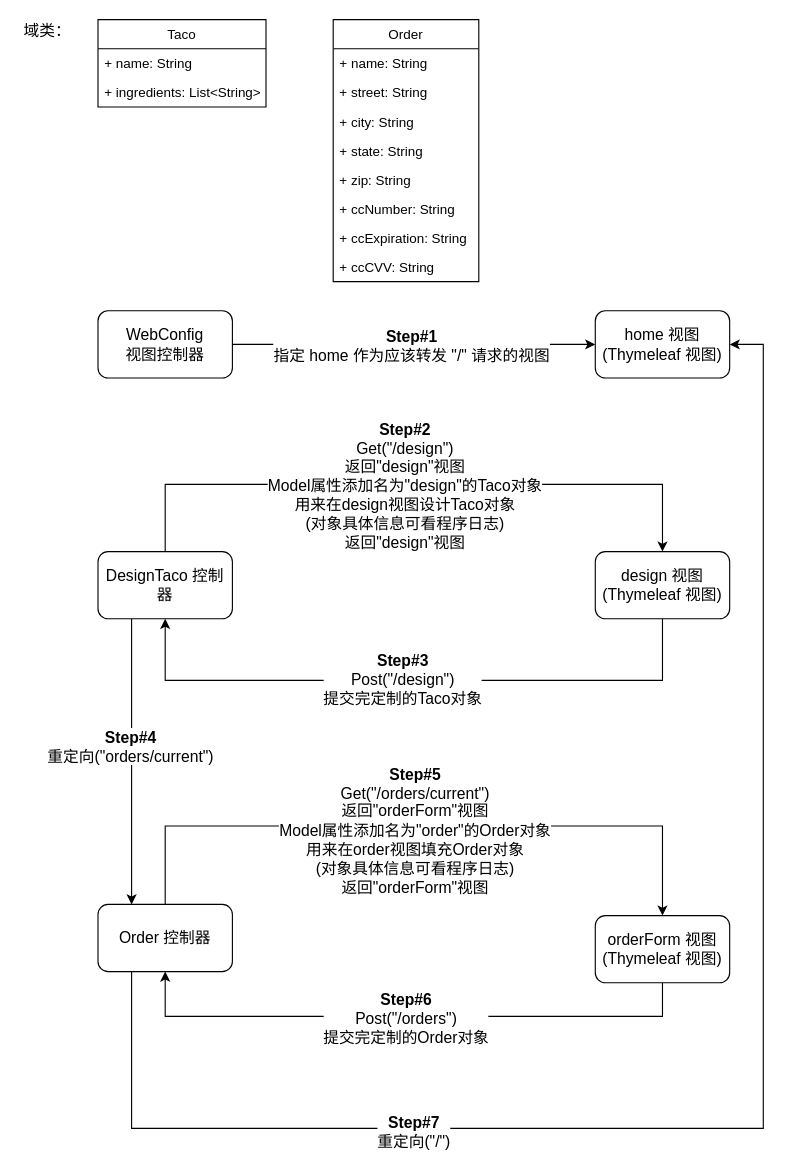
This is flow_chart.drawio from LilithCoder/taco-cloud, a draw.io file, before an edit. Source tidied: cells renumbered, new cells numbered last; positions are measured from the earlier drawing's top-left corner, leaving out a move shared by most shapes. Both pictures are drawn from the tidied source at 112%, with x=0, y=0 at pixel (19, 19).
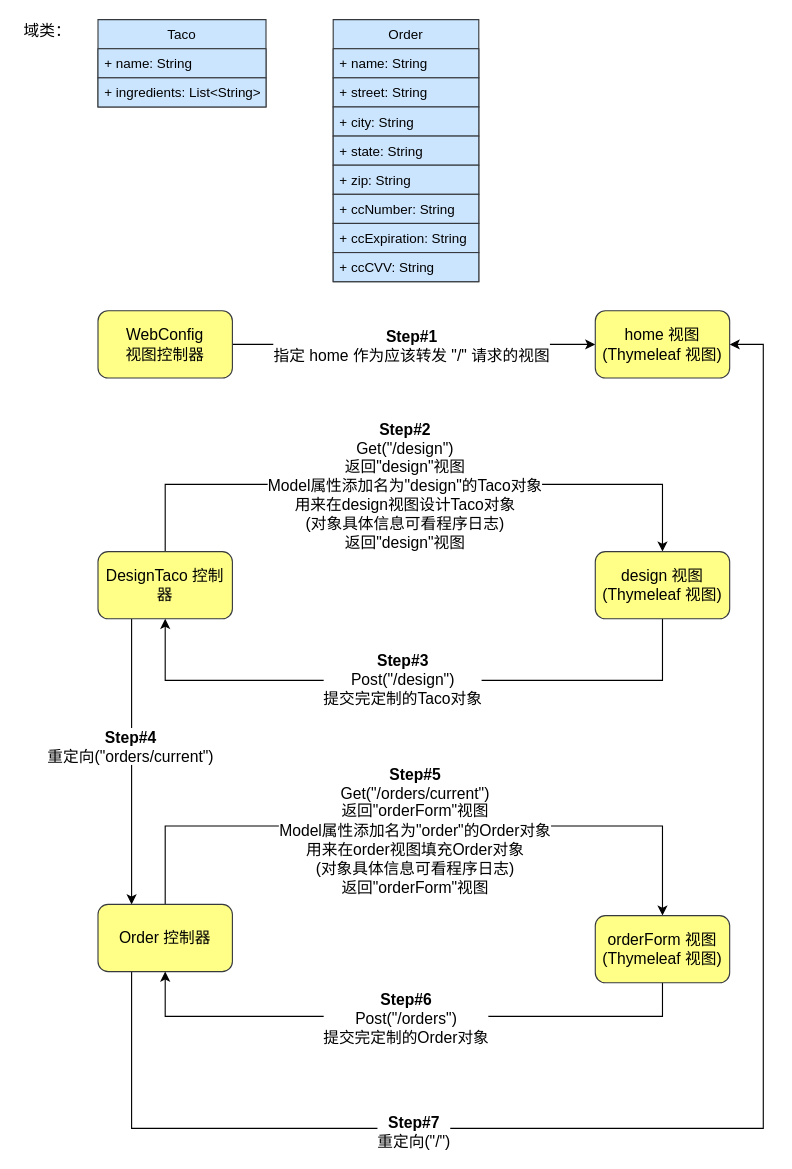
The same page after the edit.

The edit, as a diff of the source:
```diff
@@
-    <mxCell id="2" value="Order" style="swimlane;fontStyle=0;horizontal=1;startSize=26;fillColor=none;" parent="1" vertex="1">
+    <mxCell id="2" value="Order" style="swimlane;fontStyle=0;horizontal=1;startSize=26;fillColor=#cce5ff;strokeColor=#36393d;" parent="1" vertex="1">
       <mxGeometry x="280" width="130" height="234" as="geometry" />
     </mxCell>
-    <mxCell id="3" value="+ name: String" style="text;strokeColor=none;fillColor=none;align=left;verticalAlign=top;spacingLeft=4;spacingRight=4;overflow=hidden;" parent="2" vertex="1">
+    <mxCell id="3" value="+ name: String" style="text;strokeColor=#36393d;fillColor=#cce5ff;align=left;verticalAlign=top;spacingLeft=4;spacingRight=4;overflow=hidden;" parent="2" vertex="1">
       <mxGeometry y="26" width="130" height="26" as="geometry" />
     </mxCell>
-    <mxCell id="4" value="+ street: String" style="text;strokeColor=none;fillColor=none;align=left;verticalAlign=top;spacingLeft=4;spacingRight=4;overflow=hidden;" parent="2" vertex="1">
+    <mxCell id="4" value="+ street: String" style="text;strokeColor=#36393d;fillColor=#cce5ff;align=left;verticalAlign=top;spacingLeft=4;spacingRight=4;overflow=hidden;" parent="2" vertex="1">
       <mxGeometry y="52" width="130" height="26" as="geometry" />
     </mxCell>
-    <mxCell id="5" value="+ city: String" style="text;strokeColor=none;fillColor=none;align=left;verticalAlign=top;spacingLeft=4;spacingRight=4;overflow=hidden;" parent="2" vertex="1">
+    <mxCell id="5" value="+ city: String" style="text;strokeColor=#36393d;fillColor=#cce5ff;align=left;verticalAlign=top;spacingLeft=4;spacingRight=4;overflow=hidden;" parent="2" vertex="1">
       <mxGeometry y="78" width="130" height="26" as="geometry" />
     </mxCell>
-    <mxCell id="6" value="+ state: String" style="text;strokeColor=none;fillColor=none;align=left;verticalAlign=top;spacingLeft=4;spacingRight=4;overflow=hidden;" parent="2" vertex="1">
+    <mxCell id="6" value="+ state: String" style="text;strokeColor=#36393d;fillColor=#cce5ff;align=left;verticalAlign=top;spacingLeft=4;spacingRight=4;overflow=hidden;" parent="2" vertex="1">
       <mxGeometry y="104" width="130" height="26" as="geometry" />
     </mxCell>
-    <mxCell id="7" value="+ zip: String" style="text;strokeColor=none;fillColor=none;align=left;verticalAlign=top;spacingLeft=4;spacingRight=4;overflow=hidden;" parent="2" vertex="1">
+    <mxCell id="7" value="+ zip: String" style="text;strokeColor=#36393d;fillColor=#cce5ff;align=left;verticalAlign=top;spacingLeft=4;spacingRight=4;overflow=hidden;" parent="2" vertex="1">
       <mxGeometry y="130" width="130" height="26" as="geometry" />
     </mxCell>
-    <mxCell id="8" value="+ ccNumber: String" style="text;strokeColor=none;fillColor=none;align=left;verticalAlign=top;spacingLeft=4;spacingRight=4;overflow=hidden;" parent="2" vertex="1">
+    <mxCell id="8" value="+ ccNumber: String" style="text;strokeColor=#36393d;fillColor=#cce5ff;align=left;verticalAlign=top;spacingLeft=4;spacingRight=4;overflow=hidden;" parent="2" vertex="1">
       <mxGeometry y="156" width="130" height="26" as="geometry" />
     </mxCell>
-    <mxCell id="9" value="+ ccExpiration: String" style="text;strokeColor=none;fillColor=none;align=left;verticalAlign=top;spacingLeft=4;spacingRight=4;overflow=hidden;" parent="2" vertex="1">
+    <mxCell id="9" value="+ ccExpiration: String" style="text;strokeColor=#36393d;fillColor=#cce5ff;align=left;verticalAlign=top;spacingLeft=4;spacingRight=4;overflow=hidden;" parent="2" vertex="1">
       <mxGeometry y="182" width="130" height="26" as="geometry" />
     </mxCell>
-    <mxCell id="10" value="+ ccCVV: String" style="text;strokeColor=none;fillColor=none;align=left;verticalAlign=top;spacingLeft=4;spacingRight=4;overflow=hidden;" parent="2" vertex="1">
+    <mxCell id="10" value="+ ccCVV: String" style="text;strokeColor=#36393d;fillColor=#cce5ff;align=left;verticalAlign=top;spacingLeft=4;spacingRight=4;overflow=hidden;" parent="2" vertex="1">
       <mxGeometry y="208" width="130" height="26" as="geometry" />
     </mxCell>
-    <mxCell id="11" value="Taco" style="swimlane;fontStyle=0;horizontal=1;startSize=26;fillColor=none;" parent="1" vertex="1">
+    <mxCell id="11" value="Taco" style="swimlane;fontStyle=0;horizontal=1;startSize=26;fillColor=#cce5ff;strokeColor=#36393d;" parent="1" vertex="1">
       <mxGeometry x="70" width="150" height="78" as="geometry" />
     </mxCell>
-    <mxCell id="12" value="+ name: String" style="text;strokeColor=none;fillColor=none;align=left;verticalAlign=top;spacingLeft=4;spacingRight=4;overflow=hidden;" parent="11" vertex="1">
+    <mxCell id="12" value="+ name: String" style="text;strokeColor=#36393d;fillColor=#cce5ff;align=left;verticalAlign=top;spacingLeft=4;spacingRight=4;overflow=hidden;" parent="11" vertex="1">
       <mxGeometry y="26" width="150" height="26" as="geometry" />
     </mxCell>
-    <mxCell id="13" value="+ ingredients: List&lt;String&gt;" style="text;strokeColor=none;fillColor=none;align=left;verticalAlign=top;spacingLeft=4;spacingRight=4;overflow=hidden;" parent="11" vertex="1">
+    <mxCell id="13" value="+ ingredients: List&lt;String&gt;" style="text;strokeColor=#36393d;fillColor=#cce5ff;align=left;verticalAlign=top;spacingLeft=4;spacingRight=4;overflow=hidden;" parent="11" vertex="1">
       <mxGeometry y="52" width="150" height="26" as="geometry" />
     </mxCell>
@@
-    <mxCell id="17" value="&lt;font style=&quot;font-size: 14px&quot;&gt;WebConfig&lt;br&gt;视图控制器&lt;/font&gt;" style="rounded=1;whiteSpace=wrap;html=1;" parent="1" vertex="1">
+    <mxCell id="17" value="&lt;font style=&quot;font-size: 14px&quot;&gt;WebConfig&lt;br&gt;视图控制器&lt;/font&gt;" style="rounded=1;whiteSpace=wrap;html=1;fillColor=#ffff88;strokeColor=#36393d;" parent="1" vertex="1">
       <mxGeometry x="70" y="260" width="120" height="60" as="geometry" />
     </mxCell>
-    <mxCell id="18" value="&lt;font style=&quot;font-size: 14px&quot;&gt;home 视图&lt;br&gt;(&lt;span&gt;Thymeleaf 视图&lt;/span&gt;)&lt;/font&gt;" style="rounded=1;whiteSpace=wrap;html=1;" parent="1" vertex="1">
+    <mxCell id="18" value="&lt;font style=&quot;font-size: 14px&quot;&gt;home 视图&lt;br&gt;(&lt;span&gt;Thymeleaf 视图&lt;/span&gt;)&lt;/font&gt;" style="rounded=1;whiteSpace=wrap;html=1;fillColor=#ffff88;strokeColor=#36393d;" parent="1" vertex="1">
       <mxGeometry x="514" y="260" width="120" height="60" as="geometry" />
     </mxCell>
@@
-    <mxCell id="23" value="&lt;font style=&quot;font-size: 14px&quot;&gt;DesignTaco 控制器&lt;/font&gt;" style="rounded=1;whiteSpace=wrap;html=1;" parent="1" vertex="1">
+    <mxCell id="23" value="&lt;font style=&quot;font-size: 14px&quot;&gt;DesignTaco 控制器&lt;/font&gt;" style="rounded=1;whiteSpace=wrap;html=1;fillColor=#ffff88;strokeColor=#36393d;" parent="1" vertex="1">
       <mxGeometry x="70" y="475" width="120" height="60" as="geometry" />
     </mxCell>
@@
-    <mxCell id="26" value="&lt;font style=&quot;font-size: 14px&quot;&gt;design 视图&lt;br&gt;(&lt;span&gt;Thymeleaf 视图&lt;/span&gt;)&lt;/font&gt;" style="rounded=1;whiteSpace=wrap;html=1;" parent="1" vertex="1">
+    <mxCell id="26" value="&lt;font style=&quot;font-size: 14px&quot;&gt;design 视图&lt;br&gt;(&lt;span&gt;Thymeleaf 视图&lt;/span&gt;)&lt;/font&gt;" style="rounded=1;whiteSpace=wrap;html=1;fillColor=#ffff88;strokeColor=#36393d;" parent="1" vertex="1">
       <mxGeometry x="514" y="475" width="120" height="60" as="geometry" />
     </mxCell>
@@
-    <mxCell id="31" value="&lt;font style=&quot;font-size: 14px&quot;&gt;Order 控制器&lt;/font&gt;" style="rounded=1;whiteSpace=wrap;html=1;" parent="1" vertex="1">
+    <mxCell id="31" value="&lt;font style=&quot;font-size: 14px&quot;&gt;Order 控制器&lt;/font&gt;" style="rounded=1;whiteSpace=wrap;html=1;fillColor=#ffff88;strokeColor=#36393d;" parent="1" vertex="1">
       <mxGeometry x="70" y="790" width="120" height="60" as="geometry" />
     </mxCell>
@@
-    <mxCell id="34" value="&lt;font style=&quot;font-size: 14px&quot;&gt;orderForm 视图&lt;br&gt;(&lt;span&gt;Thymeleaf 视图&lt;/span&gt;)&lt;/font&gt;" style="rounded=1;whiteSpace=wrap;html=1;" parent="1" vertex="1">
+    <mxCell id="34" value="&lt;font style=&quot;font-size: 14px&quot;&gt;orderForm 视图&lt;br&gt;(&lt;span&gt;Thymeleaf 视图&lt;/span&gt;)&lt;/font&gt;" style="rounded=1;whiteSpace=wrap;html=1;fillColor=#ffff88;strokeColor=#36393d;" parent="1" vertex="1">
       <mxGeometry x="514" y="800" width="120" height="60" as="geometry" />
     </mxCell>
```
